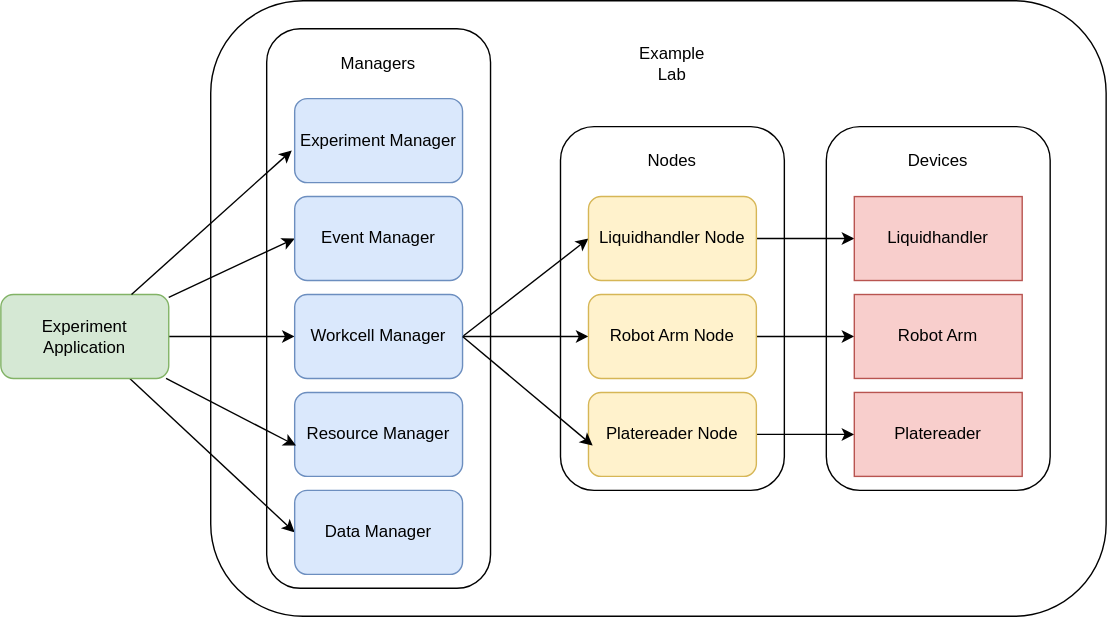
This is assets/drawio/madsci_control_flow.drawio.svg from AD-SDL/MADSci, a draw.io export, as it was before one commit. Source tidied: cells renumbered, new cells last; positions are measured from the earlier drawing's top-left corner, leaving out a move shared by most shapes. Source of this version:
```xml
<mxGraphModel background="#ffffff">
  <root>
    <mxCell id="0" />
    <mxCell id="1" parent="0" />
    <mxCell id="2" style="rounded=1;whiteSpace=wrap;html=1;" parent="1" vertex="1">
      <mxGeometry x="150" width="640" height="440" as="geometry" />
    </mxCell>
    <mxCell id="3" style="rounded=1;whiteSpace=wrap;html=1;" parent="1" vertex="1">
      <mxGeometry x="590" y="90" width="160" height="260" as="geometry" />
    </mxCell>
    <mxCell id="4" style="rounded=1;whiteSpace=wrap;html=1;" parent="1" vertex="1">
      <mxGeometry x="400" y="90" width="160" height="260" as="geometry" />
    </mxCell>
    <mxCell id="5" style="rounded=1;whiteSpace=wrap;html=1;" parent="1" vertex="1">
      <mxGeometry x="190" y="20" width="160" height="400" as="geometry" />
    </mxCell>
    <mxCell id="6" style="edgeStyle=none;html=1;" parent="1" edge="1" source="9" target="12">
      <mxGeometry relative="1" as="geometry" />
    </mxCell>
    <mxCell id="7" style="edgeStyle=none;html=1;entryX=0;entryY=0.5;entryDx=0;entryDy=0;" parent="1" edge="1" source="9" target="15">
      <mxGeometry relative="1" as="geometry" />
    </mxCell>
    <mxCell id="8" style="edgeStyle=none;html=1;entryX=0;entryY=0.5;entryDx=0;entryDy=0;" parent="1" edge="1" source="9" target="16">
      <mxGeometry relative="1" as="geometry" />
    </mxCell>
    <mxCell id="9" value="Experiment Application" style="rounded=1;whiteSpace=wrap;html=1;fillColor=#d5e8d4;strokeColor=#82b366;" parent="1" vertex="1">
      <mxGeometry y="210" width="120" height="60" as="geometry" />
    </mxCell>
    <mxCell id="10" style="edgeStyle=none;html=1;entryX=0;entryY=0.5;entryDx=0;entryDy=0;" parent="1" edge="1" target="18">
      <mxGeometry relative="1" as="geometry">
        <mxPoint x="330" y="240" as="sourcePoint" />
      </mxGeometry>
    </mxCell>
    <mxCell id="11" style="edgeStyle=none;html=1;entryX=0;entryY=0.5;entryDx=0;entryDy=0;" parent="1" edge="1" source="12" target="20">
      <mxGeometry relative="1" as="geometry" />
    </mxCell>
    <mxCell id="12" value="Workcell Manager" style="whiteSpace=wrap;html=1;rounded=1;fillColor=#dae8fc;strokeColor=#6c8ebf;" parent="1" vertex="1">
      <mxGeometry x="210" y="210" width="120" height="60" as="geometry" />
    </mxCell>
    <mxCell id="13" value="Experiment Manager" style="whiteSpace=wrap;html=1;rounded=1;fillColor=#dae8fc;strokeColor=#6c8ebf;" parent="1" vertex="1">
      <mxGeometry x="210" y="70" width="120" height="60" as="geometry" />
    </mxCell>
    <mxCell id="14" value="Resource Manager" style="whiteSpace=wrap;html=1;rounded=1;fillColor=#dae8fc;strokeColor=#6c8ebf;" parent="1" vertex="1">
      <mxGeometry x="210" y="280" width="120" height="60" as="geometry" />
    </mxCell>
    <mxCell id="15" value="Event Manager" style="rounded=1;whiteSpace=wrap;html=1;fillColor=#dae8fc;strokeColor=#6c8ebf;" parent="1" vertex="1">
      <mxGeometry x="210" y="140" width="120" height="60" as="geometry" />
    </mxCell>
    <mxCell id="16" value="Data Manager" style="whiteSpace=wrap;html=1;rounded=1;fillColor=#dae8fc;strokeColor=#6c8ebf;" parent="1" vertex="1">
      <mxGeometry x="210" y="350" width="120" height="60" as="geometry" />
    </mxCell>
    <mxCell id="17" style="edgeStyle=none;html=1;" parent="1" edge="1" source="18" target="28">
      <mxGeometry relative="1" as="geometry" />
    </mxCell>
    <mxCell id="18" value="Liquidhandler Node" style="rounded=1;whiteSpace=wrap;html=1;fillColor=#fff2cc;strokeColor=#d6b656;" parent="1" vertex="1">
      <mxGeometry x="420" y="140" width="120" height="60" as="geometry" />
    </mxCell>
    <mxCell id="19" style="edgeStyle=none;html=1;" parent="1" edge="1" source="20" target="29">
      <mxGeometry relative="1" as="geometry" />
    </mxCell>
    <mxCell id="20" value="Robot Arm Node" style="rounded=1;whiteSpace=wrap;html=1;fillColor=#fff2cc;strokeColor=#d6b656;" parent="1" vertex="1">
      <mxGeometry x="420" y="210" width="120" height="60" as="geometry" />
    </mxCell>
    <mxCell id="21" style="edgeStyle=none;html=1;" parent="1" edge="1" source="22" target="30">
      <mxGeometry relative="1" as="geometry" />
    </mxCell>
    <mxCell id="22" value="Platereader Node" style="rounded=1;whiteSpace=wrap;html=1;fillColor=#fff2cc;strokeColor=#d6b656;" parent="1" vertex="1">
      <mxGeometry x="420" y="280" width="120" height="60" as="geometry" />
    </mxCell>
    <mxCell id="23" style="edgeStyle=none;html=1;entryX=-0.017;entryY=0.617;entryDx=0;entryDy=0;entryPerimeter=0;" parent="1" edge="1" source="9" target="13">
      <mxGeometry relative="1" as="geometry" />
    </mxCell>
    <mxCell id="24" style="edgeStyle=none;html=1;entryX=0.008;entryY=0.633;entryDx=0;entryDy=0;entryPerimeter=0;" parent="1" edge="1" source="9" target="14">
      <mxGeometry relative="1" as="geometry" />
    </mxCell>
    <mxCell id="25" style="edgeStyle=none;html=1;entryX=0.025;entryY=0.633;entryDx=0;entryDy=0;entryPerimeter=0;exitX=1;exitY=0.5;exitDx=0;exitDy=0;" parent="1" edge="1" source="12" target="22">
      <mxGeometry relative="1" as="geometry" />
    </mxCell>
    <mxCell id="26" value="Managers" style="text;html=1;align=center;verticalAlign=middle;whiteSpace=wrap;rounded=0;" parent="1" vertex="1">
      <mxGeometry x="240" y="30" width="60" height="30" as="geometry" />
    </mxCell>
    <mxCell id="27" value="Nodes" style="text;html=1;align=center;verticalAlign=middle;whiteSpace=wrap;rounded=0;" parent="1" vertex="1">
      <mxGeometry x="450" y="100" width="60" height="30" as="geometry" />
    </mxCell>
    <mxCell id="28" value="Liquidhandler" style="rounded=0;whiteSpace=wrap;html=1;fillColor=#f8cecc;strokeColor=#b85450;" parent="1" vertex="1">
      <mxGeometry x="610" y="140" width="120" height="60" as="geometry" />
    </mxCell>
    <mxCell id="29" value="Robot Arm" style="rounded=0;whiteSpace=wrap;html=1;fillColor=#f8cecc;strokeColor=#b85450;" parent="1" vertex="1">
      <mxGeometry x="610" y="210" width="120" height="60" as="geometry" />
    </mxCell>
    <mxCell id="30" value="Platereader" style="rounded=0;whiteSpace=wrap;html=1;fillColor=#f8cecc;strokeColor=#b85450;" parent="1" vertex="1">
      <mxGeometry x="610" y="280" width="120" height="60" as="geometry" />
    </mxCell>
    <mxCell id="31" value="Devices" style="text;html=1;align=center;verticalAlign=middle;whiteSpace=wrap;rounded=0;" parent="1" vertex="1">
      <mxGeometry x="640" y="100" width="60" height="30" as="geometry" />
    </mxCell>
    <mxCell id="32" value="Example Lab" style="text;html=1;align=center;verticalAlign=middle;whiteSpace=wrap;rounded=0;" parent="1" vertex="1">
      <mxGeometry x="450" y="30" width="60" height="30" as="geometry" />
    </mxCell>
  </root>
</mxGraphModel>
```
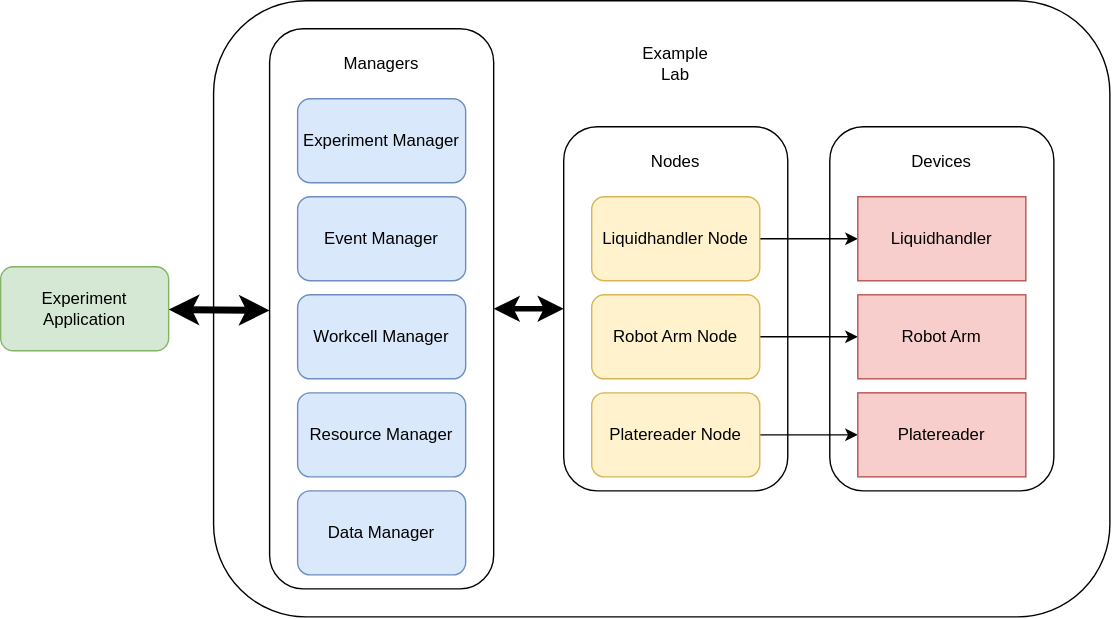
Above is the later version.

Commit message:
Update experiment control flow diagram

The edit, as a diff of the source:
```diff
@@ -11,29 +11,15 @@
     <mxCell id="4" style="rounded=1;whiteSpace=wrap;html=1;" parent="1" vertex="1">
       <mxGeometry x="400" y="90" width="160" height="260" as="geometry" />
     </mxCell>
+    <mxCell id="33" style="edgeStyle=none;html=1;entryX=0;entryY=0.5;entryDx=0;entryDy=0;strokeWidth=4;startArrow=classic;startFill=1;" parent="1" edge="1" source="5" target="4">
+      <mxGeometry relative="1" as="geometry" />
+    </mxCell>
     <mxCell id="5" style="rounded=1;whiteSpace=wrap;html=1;" parent="1" vertex="1">
       <mxGeometry x="190" y="20" width="160" height="400" as="geometry" />
     </mxCell>
-    <mxCell id="6" style="edgeStyle=none;html=1;" parent="1" edge="1" source="9" target="12">
-      <mxGeometry relative="1" as="geometry" />
-    </mxCell>
-    <mxCell id="7" style="edgeStyle=none;html=1;entryX=0;entryY=0.5;entryDx=0;entryDy=0;" parent="1" edge="1" source="9" target="15">
-      <mxGeometry relative="1" as="geometry" />
-    </mxCell>
-    <mxCell id="8" style="edgeStyle=none;html=1;entryX=0;entryY=0.5;entryDx=0;entryDy=0;" parent="1" edge="1" source="9" target="16">
-      <mxGeometry relative="1" as="geometry" />
-    </mxCell>
     <mxCell id="9" value="Experiment Application" style="rounded=1;whiteSpace=wrap;html=1;fillColor=#d5e8d4;strokeColor=#82b366;" parent="1" vertex="1">
-      <mxGeometry y="210" width="120" height="60" as="geometry" />
+      <mxGeometry x="-2.1" y="190" width="120" height="60" as="geometry" />
     </mxCell>
-    <mxCell id="10" style="edgeStyle=none;html=1;entryX=0;entryY=0.5;entryDx=0;entryDy=0;" parent="1" edge="1" target="18">
-      <mxGeometry relative="1" as="geometry">
-        <mxPoint x="330" y="240" as="sourcePoint" />
-      </mxGeometry>
-    </mxCell>
-    <mxCell id="11" style="edgeStyle=none;html=1;entryX=0;entryY=0.5;entryDx=0;entryDy=0;" parent="1" edge="1" source="12" target="20">
-      <mxGeometry relative="1" as="geometry" />
-    </mxCell>
     <mxCell id="12" value="Workcell Manager" style="whiteSpace=wrap;html=1;rounded=1;fillColor=#dae8fc;strokeColor=#6c8ebf;" parent="1" vertex="1">
       <mxGeometry x="210" y="210" width="120" height="60" as="geometry" />
     </mxCell>
@@ -67,15 +53,6 @@
     <mxCell id="22" value="Platereader Node" style="rounded=1;whiteSpace=wrap;html=1;fillColor=#fff2cc;strokeColor=#d6b656;" parent="1" vertex="1">
       <mxGeometry x="420" y="280" width="120" height="60" as="geometry" />
     </mxCell>
-    <mxCell id="23" style="edgeStyle=none;html=1;entryX=-0.017;entryY=0.617;entryDx=0;entryDy=0;entryPerimeter=0;" parent="1" edge="1" source="9" target="13">
-      <mxGeometry relative="1" as="geometry" />
-    </mxCell>
-    <mxCell id="24" style="edgeStyle=none;html=1;entryX=0.008;entryY=0.633;entryDx=0;entryDy=0;entryPerimeter=0;" parent="1" edge="1" source="9" target="14">
-      <mxGeometry relative="1" as="geometry" />
-    </mxCell>
-    <mxCell id="25" style="edgeStyle=none;html=1;entryX=0.025;entryY=0.633;entryDx=0;entryDy=0;entryPerimeter=0;exitX=1;exitY=0.5;exitDx=0;exitDy=0;" parent="1" edge="1" source="12" target="22">
-      <mxGeometry relative="1" as="geometry" />
-    </mxCell>
     <mxCell id="26" value="Managers" style="text;html=1;align=center;verticalAlign=middle;whiteSpace=wrap;rounded=0;" parent="1" vertex="1">
       <mxGeometry x="240" y="30" width="60" height="30" as="geometry" />
     </mxCell>
@@ -97,5 +74,10 @@
     <mxCell id="32" value="Example Lab" style="text;html=1;align=center;verticalAlign=middle;whiteSpace=wrap;rounded=0;" parent="1" vertex="1">
       <mxGeometry x="450" y="30" width="60" height="30" as="geometry" />
     </mxCell>
+    <mxCell id="34" style="edgeStyle=none;html=1;entryX=0.013;entryY=0.553;entryDx=0;entryDy=0;entryPerimeter=0;startArrow=classic;startFill=1;strokeWidth=5;" parent="1" edge="1" source="9">
+      <mxGeometry relative="1" as="geometry">
+        <mxPoint x="190" y="221.2" as="targetPoint" />
+      </mxGeometry>
+    </mxCell>
   </root>
 </mxGraphModel>
```
